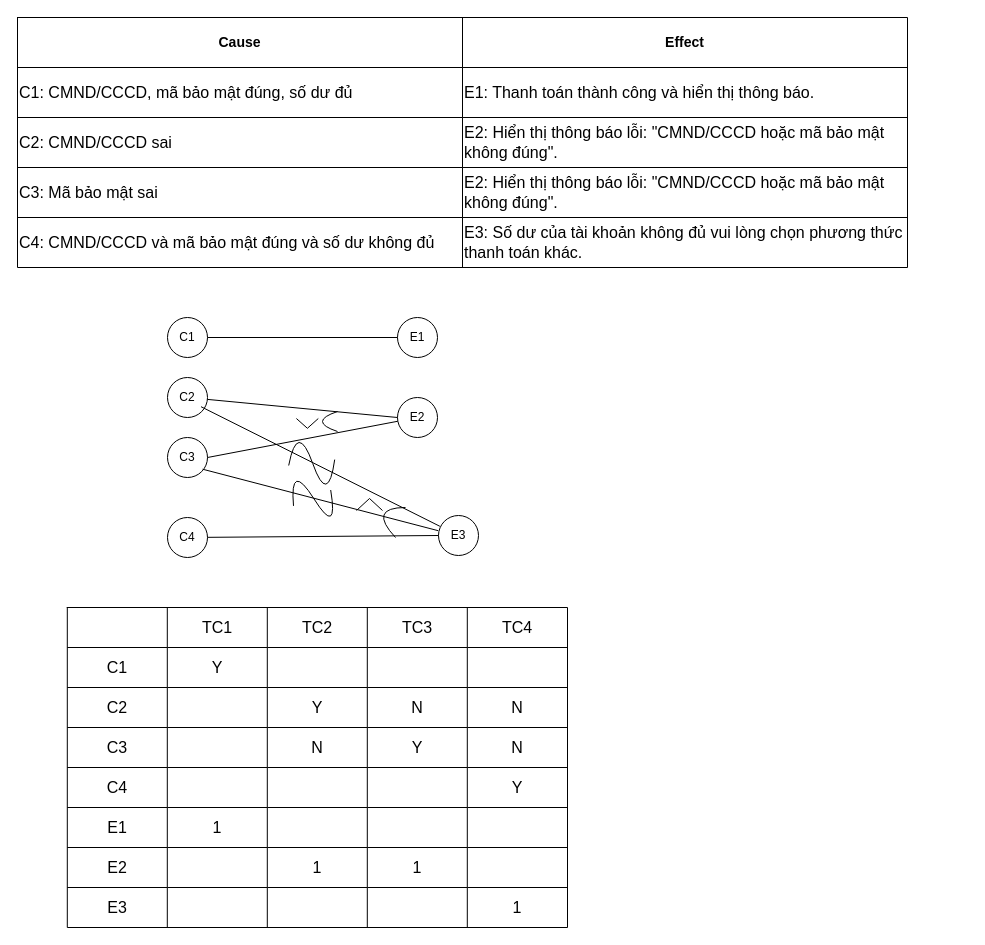
The draw.io diagram DoThiNhanQua_ThanhToan.drawio in 2001181338/ThietKePhanMem, before the edit. Source tidied: cells renumbered, new cells numbered last; positions are measured from the earlier drawing's top-left corner, leaving out a move shared by most shapes. Both pictures are drawn from the tidied source at 100%, with x=0, y=0 at pixel (17, 17).
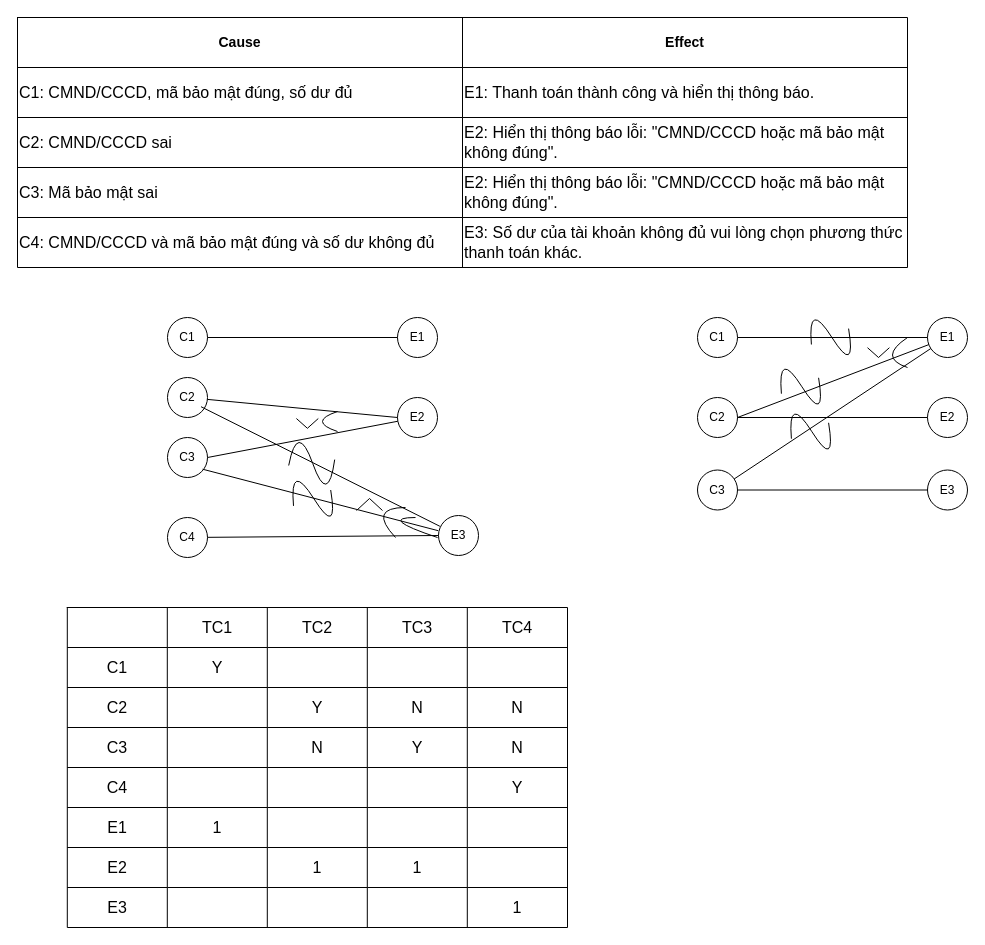
The same diagram, later.

What changed in the source:
```diff
@@
+    <mxCell id="92" value="C1" style="ellipse;whiteSpace=wrap;html=1;" parent="1" vertex="1">
+      <mxGeometry x="680" y="300" width="40" height="40" as="geometry" />
+    </mxCell>
+    <mxCell id="93" value="E1" style="ellipse;whiteSpace=wrap;html=1;" parent="1" vertex="1">
+      <mxGeometry x="910" y="300" width="40" height="40" as="geometry" />
+    </mxCell>
+    <mxCell id="94" style="endArrow=none;html=1;rounded=0;entryX=0;entryY=0.5;entryDx=0;entryDy=0;" parent="1" edge="1" source="92" target="93">
+      <mxGeometry relative="1" as="geometry" />
+    </mxCell>
+    <mxCell id="95" value="C2" style="ellipse;whiteSpace=wrap;html=1;" parent="1" vertex="1">
+      <mxGeometry x="680" y="380" width="40" height="40" as="geometry" />
+    </mxCell>
+    <mxCell id="96" value="C3" style="ellipse;whiteSpace=wrap;html=1;" parent="1" vertex="1">
+      <mxGeometry x="680" y="452.5" width="40" height="40" as="geometry" />
+    </mxCell>
+    <mxCell id="97" value="E2" style="ellipse;whiteSpace=wrap;html=1;" parent="1" vertex="1">
+      <mxGeometry x="910" y="380" width="40" height="40" as="geometry" />
+    </mxCell>
+    <mxCell id="98" value="E3" style="ellipse;whiteSpace=wrap;html=1;" parent="1" vertex="1">
+      <mxGeometry x="910" y="452.5" width="40" height="40" as="geometry" />
+    </mxCell>
+    <mxCell id="99" style="endArrow=none;html=1;rounded=0;exitX=1;exitY=0.5;exitDx=0;exitDy=0;" parent="1" edge="1" source="95" target="93">
+      <mxGeometry relative="1" as="geometry" />
+    </mxCell>
+    <mxCell id="100" style="endArrow=none;html=1;rounded=0;" parent="1" edge="1" source="96" target="93">
+      <mxGeometry relative="1" as="geometry" />
+    </mxCell>
+    <mxCell id="101" style="curved=1;endArrow=0;html=1;rounded=0;" parent="1" edge="1">
+      <mxGeometry relative="1" as="geometry">
+        <mxPoint x="831.1" y="311.1" as="sourcePoint" />
+        <mxPoint x="793.9" y="327" as="targetPoint" />
+        <Array as="points">
+          <mxPoint x="838.9" y="358.7" />
+          <mxPoint x="790" y="281.3" />
+        </Array>
+      </mxGeometry>
+    </mxCell>
+    <mxCell id="102" style="curved=1;endArrow=0;html=1;rounded=0;" parent="1" edge="1">
+      <mxGeometry relative="1" as="geometry">
+        <mxPoint x="801.1" y="360.3" as="sourcePoint" />
+        <mxPoint x="763.9" y="376.2" as="targetPoint" />
+        <Array as="points">
+          <mxPoint x="808.9" y="408" />
+          <mxPoint x="760" y="330.6" />
+        </Array>
+      </mxGeometry>
+    </mxCell>
+    <mxCell id="103" style="curved=1;endArrow=0;html=1;rounded=0;" parent="1" edge="1">
+      <mxGeometry relative="1" as="geometry">
+        <mxPoint x="811.1" y="405.3" as="sourcePoint" />
+        <mxPoint x="773.9" y="421.2" as="targetPoint" />
+        <Array as="points">
+          <mxPoint x="818.9" y="453" />
+          <mxPoint x="770" y="375.5" />
+        </Array>
+      </mxGeometry>
+    </mxCell>
+    <mxCell id="104" style="curved=1;endArrow=0;html=1;rounded=0;" parent="1" edge="1">
+      <mxGeometry relative="1" as="geometry">
+        <mxPoint x="420" y="520" as="sourcePoint" />
+        <mxPoint x="398" y="500" as="targetPoint" />
+        <Array as="points">
+          <mxPoint x="360" y="500" />
+        </Array>
+      </mxGeometry>
+    </mxCell>
+    <mxCell id="105" style="group;" parent="1" vertex="1">
+      <mxGeometry x="850" y="330.2" width="21.9" height="9.8" as="geometry" />
+    </mxCell>
+    <mxCell id="106" style="endArrow=none;html=1;rounded=0;fontSize=24;" parent="105" edge="1">
+      <mxGeometry relative="1" as="geometry">
+        <mxPoint x="11" y="9.8" as="sourcePoint" />
+        <mxPoint as="targetPoint" />
+      </mxGeometry>
+    </mxCell>
+    <mxCell id="107" style="endArrow=none;html=1;rounded=0;fontSize=24;" parent="105" edge="1">
+      <mxGeometry relative="1" as="geometry">
+        <mxPoint x="11" y="9.8" as="sourcePoint" />
+        <mxPoint x="21.9" as="targetPoint" />
+      </mxGeometry>
+    </mxCell>
+    <mxCell id="108" style="curved=1;endArrow=0;html=1;rounded=0;" parent="1" edge="1">
+      <mxGeometry relative="1" as="geometry">
+        <mxPoint x="890" y="350" as="sourcePoint" />
+        <mxPoint x="890" y="320" as="targetPoint" />
+        <Array as="points">
+          <mxPoint x="860" y="340" />
+        </Array>
+      </mxGeometry>
+    </mxCell>
+    <mxCell id="109" style="endArrow=none;html=1;rounded=0;exitX=1;exitY=0.5;exitDx=0;exitDy=0;entryX=0;entryY=0.5;entryDx=0;entryDy=0;" parent="1" edge="1" source="95" target="97">
+      <mxGeometry relative="1" as="geometry" />
+    </mxCell>
+    <mxCell id="110" style="endArrow=none;html=1;rounded=0;exitX=1;exitY=0.5;exitDx=0;exitDy=0;entryX=0;entryY=0.5;entryDx=0;entryDy=0;" parent="1" edge="1" source="96" target="98">
+      <mxGeometry relative="1" as="geometry" />
+    </mxCell>
```
